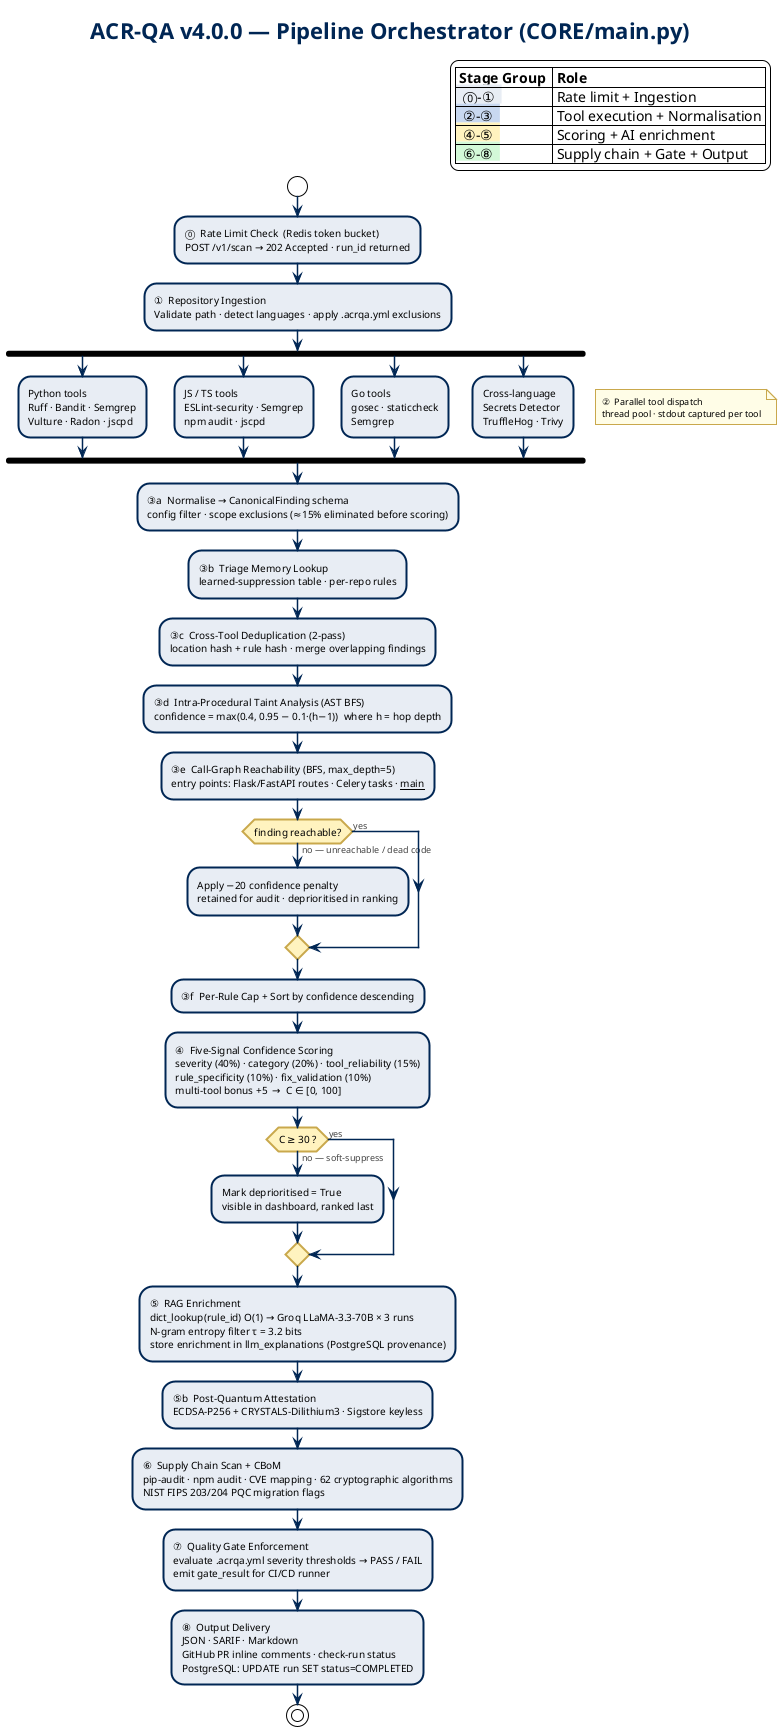
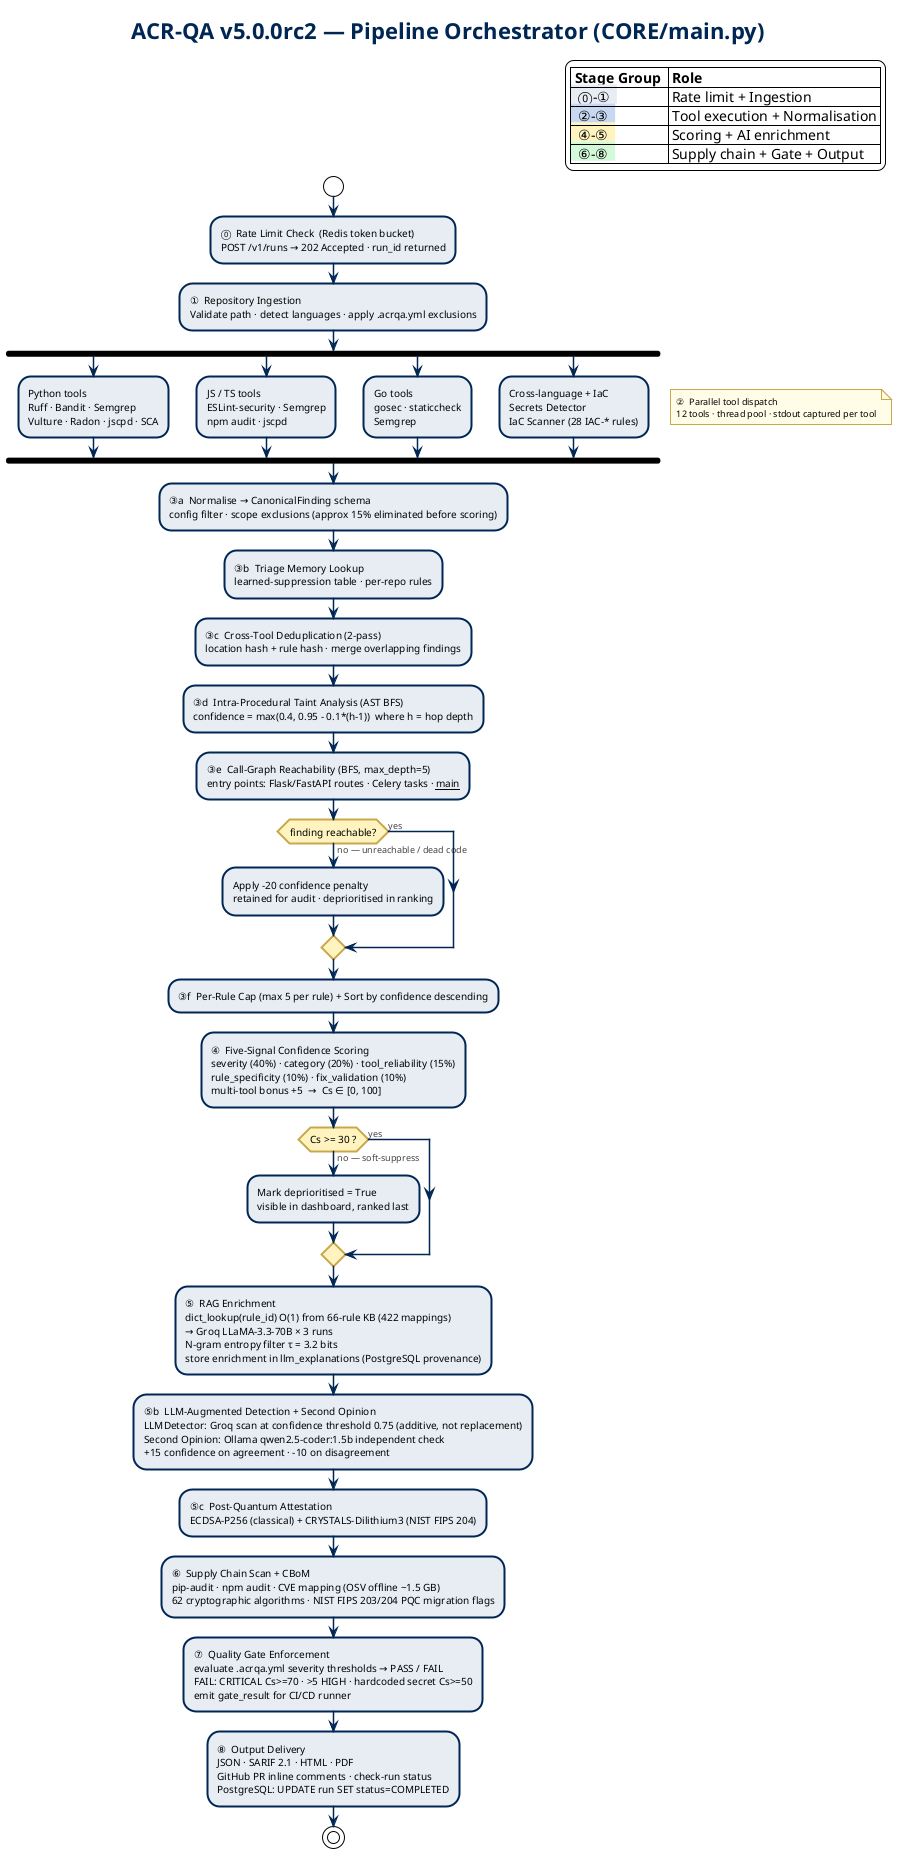
@startuml pipeline_orchestrator
'──────────────────────────────────────────────────────────────
- '  ACR-QA  v4.0.0  —  Pipeline Orchestrator Detail
+ '  ACR-QA  v5.0.0rc2  —  Pipeline Orchestrator Detail
'  No swimlanes — single-column portrait-friendly activity diagram
'  King Salman International University  ·  CSE494  ·  2025-26
'──────────────────────────────────────────────────────────────
!theme plain
skinparam backgroundColor #FFFFFF
skinparam defaultFontName  "Arial"
skinparam defaultFontSize  10
skinparam shadowing        false

skinparam activity {
  BackgroundColor        #E8EDF4
  BorderColor            #002654
  BorderThickness        2
  FontSize               10
  DiamondBackgroundColor #FFF3BF
  DiamondBorderColor     #C9A84C
}

skinparam arrow {
  Color     #002654
  FontColor #444444
  FontSize  9
  Thickness 1.5
}

skinparam note {
  BackgroundColor #FFFDE7
  BorderColor     #C9A84C
  FontSize        9
}

- title <color:#002654><b>ACR-QA v4.0.0 — Pipeline Orchestrator (CORE/main.py)</b></color>
+ title <color:#002654><b>ACR-QA v5.0.0rc2 — Pipeline Orchestrator (CORE/main.py)</b></color>

start

- :⓪  Rate Limit Check  (Redis token bucket)\nPOST /v1/scan → 202 Accepted · run_id returned;
+ :⓪  Rate Limit Check  (Redis token bucket)
+ POST /v1/runs → 202 Accepted · run_id returned;

- :①  Repository Ingestion\nValidate path · detect languages · apply .acrqa.yml exclusions;
+ :①  Repository Ingestion
+ Validate path · detect languages · apply .acrqa.yml exclusions;

fork
-   :Python tools\nRuff · Bandit · Semgrep\nVulture · Radon · jscpd;
+   :Python tools
+   Ruff · Bandit · Semgrep
+   Vulture · Radon · jscpd · SCA;
fork again
-   :JS / TS tools\nESLint-security · Semgrep\nnpm audit · jscpd;
+   :JS / TS tools
+   ESLint-security · Semgrep
+   npm audit · jscpd;
fork again
-   :Go tools\ngosec · staticcheck\nSemgrep;
+   :Go tools
+   gosec · staticcheck
+   Semgrep;
fork again
-   :Cross-language\nSecrets Detector\nTruffleHog · Trivy;
+   :Cross-language + IaC
+   Secrets Detector
+   IaC Scanner (28 IAC-* rules);
end fork

- note right : ②  Parallel tool dispatch\nthread pool · stdout captured per tool
+ note right : ②  Parallel tool dispatch\n12 tools · thread pool · stdout captured per tool

- :③a  Normalise → CanonicalFinding schema\nconfig filter · scope exclusions (≈15% eliminated before scoring);
+ :③a  Normalise → CanonicalFinding schema
+ config filter · scope exclusions (approx 15% eliminated before scoring);

- :③b  Triage Memory Lookup\nlearned-suppression table · per-repo rules;
+ :③b  Triage Memory Lookup
+ learned-suppression table · per-repo rules;

- :③c  Cross-Tool Deduplication (2-pass)\nlocation hash + rule hash · merge overlapping findings;
+ :③c  Cross-Tool Deduplication (2-pass)
+ location hash + rule hash · merge overlapping findings;

- :③d  Intra-Procedural Taint Analysis (AST BFS)\nconfidence = max(0.4, 0.95 − 0.1·(h−1))  where h = hop depth;
+ :③d  Intra-Procedural Taint Analysis (AST BFS)
+ confidence = max(0.4, 0.95 - 0.1*(h-1))  where h = hop depth;

- :③e  Call-Graph Reachability (BFS, max_depth=5)\nentry points: Flask/FastAPI routes · Celery tasks · __main__;
+ :③e  Call-Graph Reachability (BFS, max_depth=5)
+ entry points: Flask/FastAPI routes · Celery tasks · __main__;

if (finding reachable?) then (yes)
else (no — unreachable / dead code)
-   :Apply −20 confidence penalty\nretained for audit · deprioritised in ranking;
+   :Apply -20 confidence penalty
+   retained for audit · deprioritised in ranking;
endif

- :③f  Per-Rule Cap + Sort by confidence descending;
+ :③f  Per-Rule Cap (max 5 per rule) + Sort by confidence descending;

- :④  Five-Signal Confidence Scoring\nseverity (40%) · category (20%) · tool_reliability (15%)\nrule_specificity (10%) · fix_validation (10%)\nmulti-tool bonus +5  →  C ∈ [0, 100];
+ :④  Five-Signal Confidence Scoring
+ severity (40%) · category (20%) · tool_reliability (15%)
+ rule_specificity (10%) · fix_validation (10%)
+ multi-tool bonus +5  →  Cs ∈ [0, 100];

- if (C ≥ 30 ?) then (yes)
+ if (Cs >= 30 ?) then (yes)
else (no — soft-suppress)
-   :Mark deprioritised = True\nvisible in dashboard, ranked last;
+   :Mark deprioritised = True
+   visible in dashboard, ranked last;
endif

- :⑤  RAG Enrichment\ndict_lookup(rule_id) O(1) → Groq LLaMA-3.3-70B × 3 runs\nN-gram entropy filter τ = 3.2 bits\nstore enrichment in llm_explanations (PostgreSQL provenance);
+ :⑤  RAG Enrichment
+ dict_lookup(rule_id) O(1) from 66-rule KB (422 mappings)
+ → Groq LLaMA-3.3-70B × 3 runs
+ N-gram entropy filter τ = 3.2 bits
+ store enrichment in llm_explanations (PostgreSQL provenance);

- :⑤b  Post-Quantum Attestation\nECDSA-P256 + CRYSTALS-Dilithium3 · Sigstore keyless;
+ :⑤b  LLM-Augmented Detection + Second Opinion
+ LLMDetector: Groq scan at confidence threshold 0.75 (additive, not replacement)
+ Second Opinion: Ollama qwen2.5-coder:1.5b independent check
+ +15 confidence on agreement · -10 on disagreement;

- :⑥  Supply Chain Scan + CBoM\npip-audit · npm audit · CVE mapping · 62 cryptographic algorithms\nNIST FIPS 203/204 PQC migration flags;
+ :⑤c  Post-Quantum Attestation
+ ECDSA-P256 (classical) + CRYSTALS-Dilithium3 (NIST FIPS 204);

- :⑦  Quality Gate Enforcement\nevaluate .acrqa.yml severity thresholds → PASS / FAIL\nemit gate_result for CI/CD runner;
+ :⑥  Supply Chain Scan + CBoM
+ pip-audit · npm audit · CVE mapping (OSV offline ~1.5 GB)
+ 62 cryptographic algorithms · NIST FIPS 203/204 PQC migration flags;

- :⑧  Output Delivery\nJSON · SARIF · Markdown\nGitHub PR inline comments · check-run status\nPostgreSQL: UPDATE run SET status=COMPLETED;
+ :⑦  Quality Gate Enforcement
+ evaluate .acrqa.yml severity thresholds → PASS / FAIL
+ FAIL: CRITICAL Cs>=70 · >5 HIGH · hardcoded secret Cs>=50
+ emit gate_result for CI/CD runner;
+ 
+ :⑧  Output Delivery
+ JSON · SARIF 2.1 · HTML · PDF
+ GitHub PR inline comments · check-run status
+ PostgreSQL: UPDATE run SET status=COMPLETED;

stop

legend top right
  |= Stage Group  |= Role                             |
  |<back:#E8EDF4>  ⓪–①  </back>| Rate limit + Ingestion         |
  |<back:#C8D8F0>  ②–③  </back>| Tool execution + Normalisation |
  |<back:#FFF3BF>  ④–⑤  </back>| Scoring + AI enrichment        |
  |<back:#D3F9D8>  ⑥–⑧  </back>| Supply chain + Gate + Output   |
end legend

@enduml
